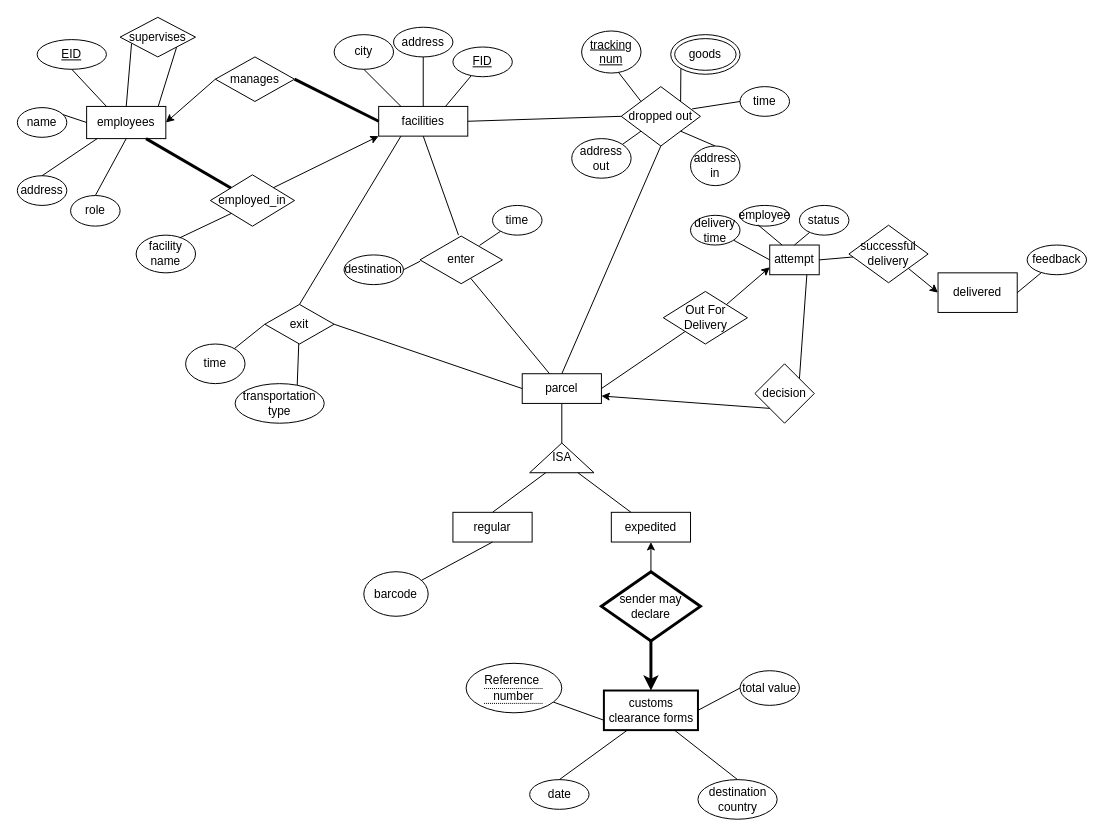
Ahmed-S7/Assignment_1 keeps this draw.io diagram as Untitled Diagram.drawio. Above is the earlier version. Source tidied: cells renumbered, new cells numbered last; positions are measured from the earlier drawing's top-left corner, leaving out a move shared by most shapes. Both pictures are drawn from the tidied source at 99%, with x=0, y=0 at pixel (17, 17).
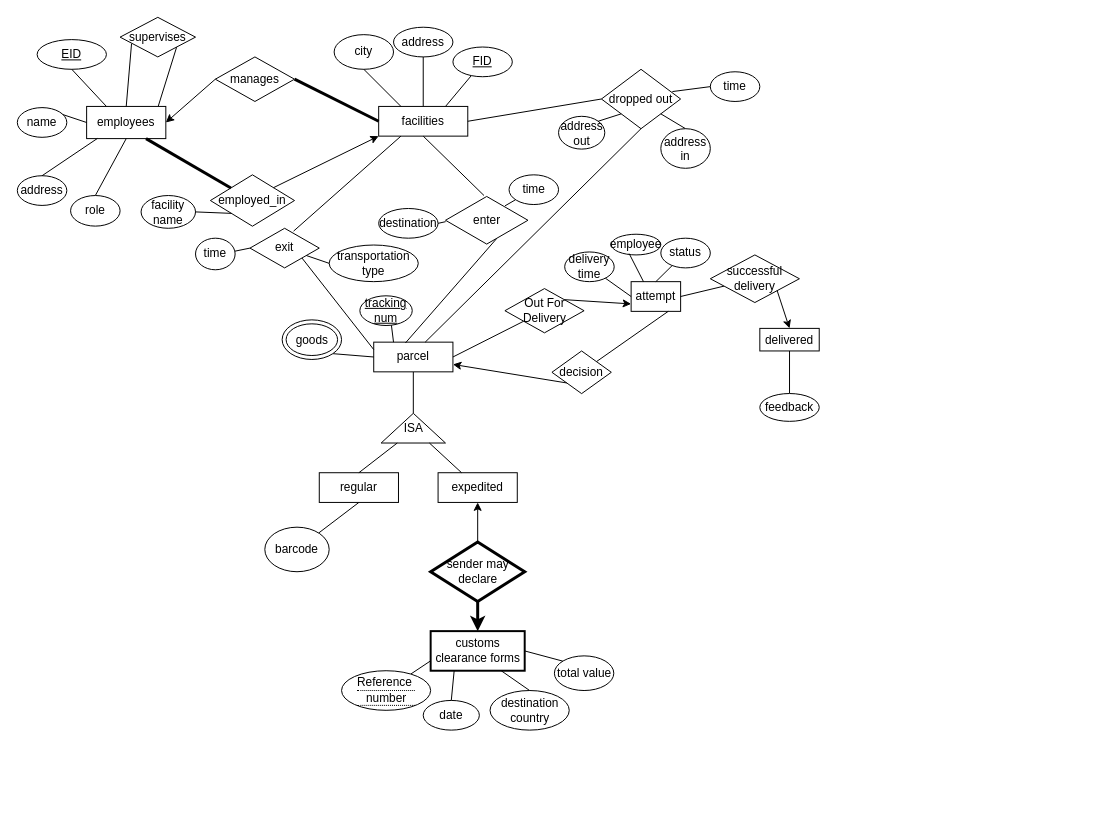
Above is the later version.

Unchanged cells that the change refers to:
```xml
<mxCell id="2" value="facilities" style="rounded=0;whiteSpace=wrap;html=1;" parent="1" vertex="1">
  <mxGeometry x="365" y="90" width="90" height="30" as="geometry" />
</mxCell>
<mxCell id="61" value="employed_in" style="rhombus;whiteSpace=wrap;html=1;strokeColor=default;align=center;verticalAlign=middle;fontFamily=Helvetica;fontSize=12;fontColor=default;fillColor=default;" parent="1" vertex="1">
  <mxGeometry x="195" y="159.1" width="85" height="51.9" as="geometry" />
</mxCell>
```

The edit, as a diff of the source:
```diff
@@
     <mxCell id="14" value="regular" style="rounded=0;whiteSpace=wrap;html=1;" parent="1" vertex="1">
-      <mxGeometry x="440" y="500" width="80" height="30" as="geometry" />
+      <mxGeometry x="305" y="460" width="80" height="30" as="geometry" />
     </mxCell>
     <mxCell id="15" value="expedited" style="rounded=0;whiteSpace=wrap;html=1;" parent="1" vertex="1">
-      <mxGeometry x="600" y="500" width="80" height="30" as="geometry" />
+      <mxGeometry x="425" y="460" width="80" height="30" as="geometry" />
     </mxCell>
     <mxCell id="16" value="parcel" style="rounded=0;whiteSpace=wrap;html=1;" parent="1" vertex="1">
-      <mxGeometry x="510" y="360" width="80" height="30" as="geometry" />
+      <mxGeometry x="360" y="328.1" width="80" height="30" as="geometry" />
     </mxCell>
     <mxCell id="17" value="ISA" style="triangle;whiteSpace=wrap;html=1;direction=north;" parent="1" vertex="1">
-      <mxGeometry x="517.5" y="430" width="65" height="30" as="geometry" />
+      <mxGeometry x="367.5" y="400" width="65" height="30" as="geometry" />
     </mxCell>
@@
     <mxCell id="20" value="dropped out" style="rhombus;whiteSpace=wrap;html=1;" parent="1" vertex="1">
-      <mxGeometry x="610" y="70" width="80" height="60" as="geometry" />
+      <mxGeometry x="590" y="52.5" width="80" height="60" as="geometry" />
     </mxCell>
@@
-    <mxCell id="22" style="endArrow=none;html=1;rounded=0;exitX=0.5;exitY=1;exitDx=0;exitDy=0;entryX=0.5;entryY=0;entryDx=0;entryDy=0;" parent="1" edge="1" source="20" target="16">
+    <mxCell id="22" style="endArrow=none;html=1;rounded=0;exitX=0.5;exitY=1;exitDx=0;exitDy=0;entryX=0.65;entryY=0;entryDx=0;entryDy=0;entryPerimeter=0;" parent="1" edge="1" source="20" target="16">
       <mxGeometry relative="1" as="geometry" />
     </mxCell>
-    <mxCell id="23" style="endArrow=none;html=1;rounded=0;exitX=0;exitY=0;exitDx=0;exitDy=0;entryX=0.599;entryY=0.944;entryDx=0;entryDy=0;entryPerimeter=0;" parent="1" edge="1" source="20" target="24">
+    <mxCell id="23" style="endArrow=none;html=1;rounded=0;exitX=0.25;exitY=0;exitDx=0;exitDy=0;entryX=0.599;entryY=0.944;entryDx=0;entryDy=0;entryPerimeter=0;" parent="1" edge="1" source="16" target="24">
       <mxGeometry relative="1" as="geometry" />
     </mxCell>
     <mxCell id="24" value="&lt;u&gt;tracking num&lt;/u&gt;" style="ellipse;whiteSpace=wrap;html=1;" parent="1" vertex="1">
-      <mxGeometry x="570" y="13.8" width="60" height="42.5" as="geometry" />
+      <mxGeometry x="346" y="281.3" width="52.9" height="30" as="geometry" />
     </mxCell>
     <mxCell id="25" value="time" style="ellipse;whiteSpace=wrap;html=1;" parent="1" vertex="1">
-      <mxGeometry x="730" y="70" width="50" height="30" as="geometry" />
+      <mxGeometry x="700" y="55" width="50" height="30" as="geometry" />
     </mxCell>
@@
     <mxCell id="28" value="address out" style="ellipse;whiteSpace=wrap;html=1;" parent="1" vertex="1">
-      <mxGeometry x="560" y="122.5" width="60" height="40" as="geometry" />
+      <mxGeometry x="546.7" y="100" width="46.7" height="33.1" as="geometry" />
     </mxCell>
@@
     <mxCell id="30" value="address in" style="ellipse;whiteSpace=wrap;html=1;" parent="1" vertex="1">
-      <mxGeometry x="680" y="130" width="50" height="40" as="geometry" />
+      <mxGeometry x="650" y="112.5" width="50" height="40" as="geometry" />
     </mxCell>
@@
-    <mxCell id="32" style="endArrow=none;html=1;rounded=0;entryX=1;entryY=0;entryDx=0;entryDy=0;exitX=0;exitY=1;exitDx=0;exitDy=0;" parent="1" edge="1" source="33" target="20">
+    <mxCell id="32" style="endArrow=none;html=1;rounded=0;entryX=0;entryY=0.5;entryDx=0;entryDy=0;exitX=1;exitY=1;exitDx=0;exitDy=0;" parent="1" edge="1" source="33" target="16">
       <mxGeometry relative="1" as="geometry" />
     </mxCell>
     <mxCell id="33" value="goods" style="ellipse;shape=doubleEllipse;whiteSpace=wrap;html=1;" parent="1" vertex="1">
-      <mxGeometry x="660" y="17.5" width="70" height="40" as="geometry" />
+      <mxGeometry x="267.5" y="305.6" width="60" height="40" as="geometry" />
     </mxCell>
     <mxCell id="34" value="enter" style="html=1;whiteSpace=wrap;shape=isoRectangle;" parent="1" vertex="1">
-      <mxGeometry x="406.7" y="220" width="83.3" height="50" as="geometry" />
+      <mxGeometry x="432.5" y="180" width="83.3" height="50" as="geometry" />
     </mxCell>
-    <mxCell id="35" style="endArrow=none;html=1;rounded=0;entryX=0.25;entryY=1;entryDx=0;entryDy=0;exitX=0.5;exitY=0;exitDx=0;exitDy=0;" parent="1" edge="1" source="37" target="2">
+    <mxCell id="35" style="endArrow=none;html=1;rounded=0;entryX=0.25;entryY=1;entryDx=0;entryDy=0;exitX=0.629;exitY=0.072;exitDx=0;exitDy=0;exitPerimeter=0;" parent="1" edge="1" source="37" target="2">
       <mxGeometry relative="1" as="geometry" />
     </mxCell>
-    <mxCell id="36" style="endArrow=none;html=1;rounded=0;exitX=0.617;exitY=0.876;exitDx=0;exitDy=0;exitPerimeter=0;" parent="1" edge="1" source="34" target="16">
+    <mxCell id="36" style="endArrow=none;html=1;rounded=0;exitX=0.617;exitY=0.876;exitDx=0;exitDy=0;exitPerimeter=0;entryX=0.4;entryY=0.029;entryDx=0;entryDy=0;entryPerimeter=0;" parent="1" edge="1" source="34" target="16">
       <mxGeometry relative="1" as="geometry" />
     </mxCell>
     <mxCell id="37" value="exit" style="rhombus;whiteSpace=wrap;html=1;" parent="1" vertex="1">
-      <mxGeometry x="250" y="290" width="70" height="40" as="geometry" />
+      <mxGeometry x="235" y="213.1" width="70" height="40" as="geometry" />
     </mxCell>
-    <mxCell id="38" style="endArrow=none;html=1;rounded=0;exitX=1;exitY=0.5;exitDx=0;exitDy=0;entryX=0;entryY=0.5;entryDx=0;entryDy=0;" parent="1" edge="1" source="37" target="16">
+    <mxCell id="38" style="endArrow=none;html=1;rounded=0;exitX=1;exitY=1;exitDx=0;exitDy=0;entryX=0;entryY=0.25;entryDx=0;entryDy=0;" parent="1" edge="1" source="37" target="16">
       <mxGeometry relative="1" as="geometry" />
     </mxCell>
@@
     <mxCell id="40" value="time" style="ellipse;whiteSpace=wrap;html=1;" parent="1" vertex="1">
-      <mxGeometry x="480" y="190" width="50" height="30" as="geometry" />
+      <mxGeometry x="496.7" y="159.1" width="50" height="30" as="geometry" />
     </mxCell>
     <mxCell id="41" value="destination" style="ellipse;whiteSpace=wrap;html=1;" parent="1" vertex="1">
-      <mxGeometry x="330" y="240" width="60" height="30" as="geometry" />
+      <mxGeometry x="365" y="193.1" width="60" height="30" as="geometry" />
     </mxCell>
@@
     <mxCell id="44" value="time" style="ellipse;whiteSpace=wrap;html=1;" parent="1" vertex="1">
-      <mxGeometry x="170" y="330" width="60" height="40" as="geometry" />
+      <mxGeometry x="180" y="223.1" width="40" height="31.9" as="geometry" />
     </mxCell>
     <mxCell id="45" value="transportation type" style="ellipse;whiteSpace=wrap;html=1;" parent="1" vertex="1">
-      <mxGeometry x="220" y="370" width="90" height="40" as="geometry" />
+      <mxGeometry x="315" y="230" width="90" height="37" as="geometry" />
     </mxCell>
-    <mxCell id="46" style="endArrow=none;html=1;rounded=0;exitX=0.697;exitY=0.035;exitDx=0;exitDy=0;exitPerimeter=0;" parent="1" edge="1" source="45" target="37">
+    <mxCell id="46" style="endArrow=none;html=1;rounded=0;exitX=0;exitY=0.5;exitDx=0;exitDy=0;" parent="1" edge="1" source="45" target="37">
       <mxGeometry relative="1" as="geometry" />
     </mxCell>
@@
     <mxCell id="48" value="barcode" style="ellipse;whiteSpace=wrap;html=1;" parent="1" vertex="1">
-      <mxGeometry x="350" y="560" width="65" height="45" as="geometry" />
+      <mxGeometry x="250" y="515" width="65" height="45" as="geometry" />
     </mxCell>
@@
     <mxCell id="50" value="sender may declare" style="rhombus;whiteSpace=wrap;html=1;strokeWidth=3;" parent="1" vertex="1">
-      <mxGeometry x="590" y="560" width="100" height="70" as="geometry" />
+      <mxGeometry x="417.5" y="530" width="95" height="60" as="geometry" />
     </mxCell>
     <mxCell id="51" value="customs clearance forms" style="rounded=0;whiteSpace=wrap;html=1;strokeWidth=2;" parent="1" vertex="1">
-      <mxGeometry x="592.5" y="680" width="95" height="40" as="geometry" />
+      <mxGeometry x="417.5" y="620" width="95" height="40" as="geometry" />
     </mxCell>
@@
     <mxCell id="54" value="&lt;div style=&quot;border-bottom: 1px dotted black&quot;&gt;Reference&amp;nbsp;&lt;/div&gt;&lt;div style=&quot;border-bottom: 1px dotted black&quot;&gt;number&lt;/div&gt;" style="ellipse;whiteSpace=wrap;html=1;strokeColor=default;" parent="1" vertex="1">
-      <mxGeometry x="453.3" y="652.5" width="96.7" height="50" as="geometry" />
+      <mxGeometry x="327.5" y="660" width="90" height="40" as="geometry" />
     </mxCell>
     <mxCell id="55" value="total value" style="ellipse;whiteSpace=wrap;html=1;" parent="1" vertex="1">
-      <mxGeometry x="730" y="660" width="60" height="35" as="geometry" />
+      <mxGeometry x="542.5" y="645" width="60" height="35" as="geometry" />
     </mxCell>
-    <mxCell id="56" style="endArrow=none;html=1;rounded=0;exitX=1;exitY=0.5;exitDx=0;exitDy=0;entryX=0;entryY=0.5;entryDx=0;entryDy=0;" parent="1" edge="1" source="51" target="55">
+    <mxCell id="56" style="endArrow=none;html=1;rounded=0;exitX=1;exitY=0.5;exitDx=0;exitDy=0;entryX=0;entryY=0;entryDx=0;entryDy=0;" parent="1" edge="1" source="51" target="55">
       <mxGeometry relative="1" as="geometry" />
     </mxCell>
     <mxCell id="57" value="date" style="ellipse;whiteSpace=wrap;html=1;" parent="1" vertex="1">
-      <mxGeometry x="517.5" y="770" width="60" height="30" as="geometry" />
+      <mxGeometry x="410" y="690" width="56.7" height="30" as="geometry" />
     </mxCell>
@@
     <mxCell id="59" value="destination country" style="ellipse;whiteSpace=wrap;html=1;" parent="1" vertex="1">
-      <mxGeometry x="687.5" y="770" width="80" height="40" as="geometry" />
+      <mxGeometry x="477.5" y="680" width="80" height="40" as="geometry" />
     </mxCell>
@@
     <mxCell id="68" value="facility name" style="ellipse;whiteSpace=wrap;html=1;" parent="1" vertex="1">
-      <mxGeometry x="120" y="220" width="60" height="38.1" as="geometry" />
+      <mxGeometry x="125" y="180" width="55" height="33.1" as="geometry" />
     </mxCell>
-    <mxCell id="69" style="endArrow=none;html=1;rounded=0;exitX=0;exitY=1;exitDx=0;exitDy=0;entryX=0.735;entryY=0.071;entryDx=0;entryDy=0;entryPerimeter=0;" parent="1" edge="1" source="61" target="68">
+    <mxCell id="69" style="endArrow=none;html=1;rounded=0;exitX=0;exitY=1;exitDx=0;exitDy=0;entryX=1;entryY=0.5;entryDx=0;entryDy=0;" parent="1" edge="1" source="61" target="68">
       <mxGeometry relative="1" as="geometry" />
     </mxCell>
@@
     <mxCell id="78" value="Out For Delivery" style="rhombus;whiteSpace=wrap;html=1;" parent="1" vertex="1">
-      <mxGeometry x="652.5" y="276.9" width="85" height="53.1" as="geometry" />
+      <mxGeometry x="492.5" y="274" width="80" height="44.7" as="geometry" />
     </mxCell>
     <mxCell id="79" value="attempt" style="rounded=0;whiteSpace=wrap;html=1;" parent="1" vertex="1">
-      <mxGeometry x="760" y="230" width="50" height="30" as="geometry" />
+      <mxGeometry x="620" y="267" width="50" height="30" as="geometry" />
     </mxCell>
@@
     <mxCell id="81" value="delivery time" style="ellipse;whiteSpace=wrap;html=1;" parent="1" vertex="1">
-      <mxGeometry x="680" y="200" width="50" height="30" as="geometry" />
+      <mxGeometry x="552.9" y="237" width="50" height="30" as="geometry" />
     </mxCell>
     <mxCell id="82" value="employee" style="ellipse;whiteSpace=wrap;html=1;" parent="1" vertex="1">
-      <mxGeometry x="730" y="190" width="50" height="20.9" as="geometry" />
+      <mxGeometry x="600" y="219.1" width="50" height="20.9" as="geometry" />
     </mxCell>
@@
     <mxCell id="85" value="status" style="ellipse;whiteSpace=wrap;html=1;" parent="1" vertex="1">
-      <mxGeometry x="790" y="190" width="50" height="30" as="geometry" />
+      <mxGeometry x="650" y="223.1" width="50" height="30" as="geometry" />
     </mxCell>
@@
     <mxCell id="87" value="successful delivery" style="rhombus;whiteSpace=wrap;html=1;" parent="1" vertex="1">
-      <mxGeometry x="840" y="210" width="80" height="58.1" as="geometry" />
+      <mxGeometry x="700" y="240" width="90" height="48.1" as="geometry" />
     </mxCell>
     <mxCell id="88" value="delivered" style="rounded=0;whiteSpace=wrap;html=1;" parent="1" vertex="1">
-      <mxGeometry x="930" y="258.1" width="80" height="40" as="geometry" />
+      <mxGeometry x="750" y="314.2" width="60" height="22.8" as="geometry" />
     </mxCell>
@@
     <mxCell id="90" value="decision" style="rhombus;whiteSpace=wrap;html=1;" parent="1" vertex="1">
-      <mxGeometry x="745" y="350" width="60" height="60" as="geometry" />
+      <mxGeometry x="540" y="337" width="60" height="43.1" as="geometry" />
     </mxCell>
-    <mxCell id="91" style="endArrow=none;html=1;rounded=0;exitX=1;exitY=0.5;exitDx=0;exitDy=0;" parent="1" edge="1" source="88" target="92">
+    <mxCell id="91" style="endArrow=none;html=1;rounded=0;exitX=0.5;exitY=1;exitDx=0;exitDy=0;" parent="1" edge="1" source="88" target="92">
       <mxGeometry relative="1" as="geometry" />
     </mxCell>
     <mxCell id="92" value="feedback" style="ellipse;whiteSpace=wrap;html=1;" parent="1" vertex="1">
-      <mxGeometry x="1020" y="230" width="60" height="30" as="geometry" />
+      <mxGeometry x="750" y="380" width="60" height="28.1" as="geometry" />
     </mxCell>
@@
-    <mxCell id="94" style="endArrow=classic;html=1;rounded=0;entryX=0;entryY=0.5;entryDx=0;entryDy=0;exitX=1;exitY=1;exitDx=0;exitDy=0;" parent="1" edge="1" source="87" target="88">
+    <mxCell id="94" style="endArrow=classic;html=1;rounded=0;entryX=0.5;entryY=0;entryDx=0;entryDy=0;exitX=1;exitY=1;exitDx=0;exitDy=0;" parent="1" edge="1" source="87" target="88">
       <mxGeometry relative="1" as="geometry" />
     </mxCell>
```
